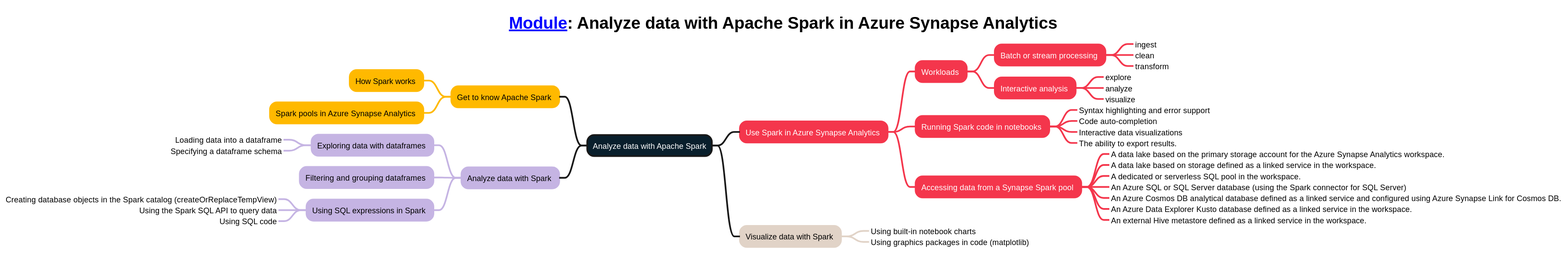
weslbo/dp-203 keeps this PlantUML diagram as mindmaps/07-Analyze data with Apache Spark in Azure Synapse Analytics.svg. Above is the earlier version.
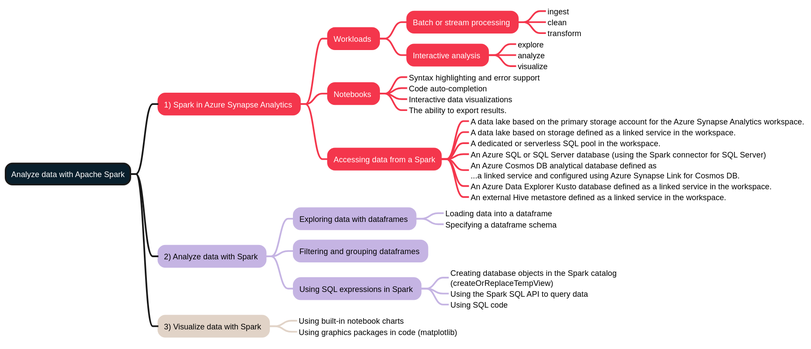
Later version of the same file.

What changed in the source:
```diff
@@ -1,53 +1,43 @@
 @startmindmap
 <style>
-title {
-        FontSize 30
-        FontColor #000000
-    }
-mindmapDiagram {
-    :depth(0) {
-        BackgroundColor #091f2c
-        FontColor #ffffff
-        LineThickness 3.0
-    }
-    .topic1 {
-        BackgroundColor #ffb900
-        LineColor #ffb900
-        LineThickness 3.0
-        FontColor #000000
-    }
-    .topic2 {
-        BackgroundColor #f4364c
-        LineColor #f4364c
-        LineThickness 3.0
-        FontColor #ffffff
-    }
-    .topic3 {
-        BackgroundColor #c5b4e3
-        LineColor #c5b4e3
-        LineThickness 3.0
-        FontColor #000000
-    }
-    .topic4 {
-        BackgroundColor #e1d3c7
-        LineColor #e1d3c7
-        LineThickness 3.0
-        FontColor #000000
-    }
-    .topic5 {
-        BackgroundColor #07641d
-        LineColor #07641d
-        LineThickness 3.0
-        FontColor #ffffff
-    }
+:depth(0) {
+    BackgroundColor #091f2c
+    FontColor #ffffff
+    LineThickness 3.0
+}
+.topic1 {
+    BackgroundColor #ffb900
+    LineColor #ffb900
+    LineThickness 3.0
+    FontColor #000000
+}
+.topic2 {
+    BackgroundColor #f4364c
+    LineColor #f4364c
+    LineThickness 3.0
+    FontColor #ffffff
+}
+.topic3 {
+    BackgroundColor #c5b4e3
+    LineColor #c5b4e3
+    LineThickness 3.0
+    FontColor #000000
+}
+.topic4 {
+    BackgroundColor #e1d3c7
+    LineColor #e1d3c7
+    LineThickness 3.0
+    FontColor #000000
+}
+.topic5 {
+    BackgroundColor #07641d
+    LineColor #07641d
+    LineThickness 3.0
+    FontColor #ffffff
 }
 </style>
-title [[https://learn.microsoft.com/training/modules/understand-big-data-engineering-with-apache-spark-azure-synapse-analytics/ Module]]: Analyze data with Apache Spark in Azure Synapse Analytics
 + Analyze data with Apache Spark
--- Get to know Apache Spark <<topic1>>
---- How Spark works <<topic1>>
---- Spark pools in Azure Synapse Analytics <<topic1>>
-++ Use Spark in Azure Synapse Analytics <<topic2>>
+++ 1) Spark in Azure Synapse Analytics <<topic2>>
 +++ Workloads <<topic2>>
 ++++ Batch or stream processing <<topic2>>
 +++++_ ingest
@@ -57,29 +47,29 @@
 +++++_ explore
 +++++_ analyze
 +++++_ visualize
-+++ Running Spark code in notebooks <<topic2>>
++++ Notebooks <<topic2>>
 ++++_ Syntax highlighting and error support
 ++++_ Code auto-completion
 ++++_ Interactive data visualizations
 ++++_ The ability to export results.
-+++ Accessing data from a Synapse Spark pool <<topic2>>
++++ Accessing data from a Spark<<topic2>>
 ++++_ A data lake based on the primary storage account for the Azure Synapse Analytics workspace.
 ++++_ A data lake based on storage defined as a linked service in the workspace.
 ++++_ A dedicated or serverless SQL pool in the workspace.
 ++++_ An Azure SQL or SQL Server database (using the Spark connector for SQL Server)
-++++_ An Azure Cosmos DB analytical database defined as a linked service and configured using Azure Synapse Link for Cosmos DB.
+++++_ An Azure Cosmos DB analytical database defined as \n...a linked service and configured using Azure Synapse Link for Cosmos DB.
 ++++_ An Azure Data Explorer Kusto database defined as a linked service in the workspace.
 ++++_ An external Hive metastore defined as a linked service in the workspace.
--- Analyze data with Spark <<topic3>>
---- Exploring data with dataframes <<topic3>>
-----_ Loading data into a dataframe
-----_ Specifying a dataframe schema
---- Filtering and grouping dataframes <<topic3>>
---- Using SQL expressions in Spark <<topic3>>
-----_ Creating database objects in the Spark catalog (createOrReplaceTempView)
-----_ Using the Spark SQL API to query data
-----_ Using SQL code
-++ Visualize data with Spark <<topic4>>
+++ 2) Analyze data with Spark <<topic3>>
++++ Exploring data with dataframes <<topic3>>
+++++_ Loading data into a dataframe
+++++_ Specifying a dataframe schema
++++ Filtering and grouping dataframes <<topic3>>
++++ Using SQL expressions in Spark <<topic3>>
+++++_ Creating database objects in the Spark catalog\n(createOrReplaceTempView)
+++++_ Using the Spark SQL API to query data
+++++_ Using SQL code
+++ 3) Visualize data with Spark <<topic4>>
 +++_ Using built-in notebook charts
 +++_ Using graphics packages in code (matplotlib)
 @endmindmap
```
